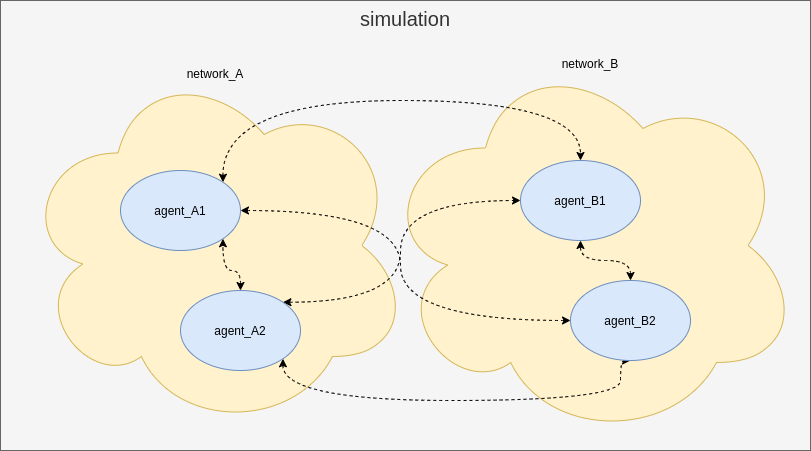
This is .doc/py_light_mas-relation.png from PouceHeure/py_light_mas, a draw.io export, as it was before one commit. Source tidied: cells renumbered, new cells last; positions are measured from the earlier drawing's top-left corner, leaving out a move shared by most shapes.
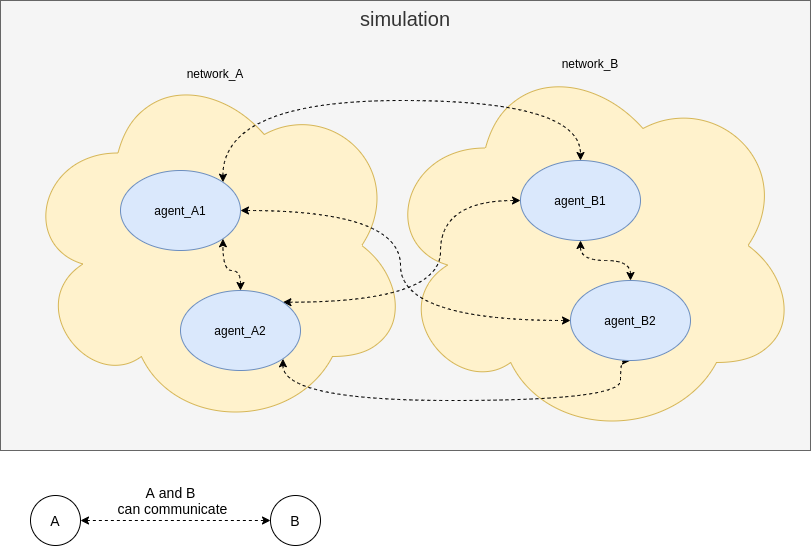
The same file after the commit.

The edit, as a diff of the source:
```diff
@@ -36,8 +36,8 @@
     <mxCell id="9" style="edgeStyle=orthogonalEdgeStyle;curved=1;rounded=0;jettySize=auto;html=1;exitX=1;exitY=0;exitDx=0;exitDy=0;entryX=0;entryY=0.5;entryDx=0;entryDy=0;fontColor=#FFD966;startArrow=classic;startFill=1;dashed=1;" parent="1" edge="1" source="10" target="11">
       <mxGeometry relative="1" as="geometry">
         <Array as="points">
-          <mxPoint x="400" y="302" />
-          <mxPoint x="400" y="200" />
+          <mxPoint x="440" y="302" />
+          <mxPoint x="440" y="200" />
         </Array>
       </mxGeometry>
     </mxCell>
@@ -61,5 +61,20 @@
     <mxCell id="14" value="agent_B2" style="ellipse;whiteSpace=wrap;html=1;fillColor=#dae8fc;strokeColor=#6c8ebf;" parent="1" vertex="1">
       <mxGeometry x="570" y="280" width="120" height="80" as="geometry" />
     </mxCell>
+    <mxCell id="15" style="endArrow=classic;startArrow=classic;html=1;strokeWidth=1;fillColor=#ffffff;fontSize=14;dashed=1;" parent="1" edge="1">
+      <mxGeometry relative="1" as="geometry">
+        <mxPoint x="80" y="520" as="sourcePoint" />
+        <mxPoint x="270" y="520" as="targetPoint" />
+      </mxGeometry>
+    </mxCell>
+    <mxCell id="16" value="A and B&lt;br&gt;&amp;nbsp;can communicate" style="text;html=1;align=center;verticalAlign=middle;fontSize=14;" parent="1" vertex="1">
+      <mxGeometry x="105" y="480" width="130" height="40" as="geometry" />
+    </mxCell>
+    <mxCell id="17" value="A" style="ellipse;whiteSpace=wrap;html=1;fontSize=14;" parent="1" vertex="1">
+      <mxGeometry x="30" y="495" width="50" height="50" as="geometry" />
+    </mxCell>
+    <mxCell id="18" value="B" style="ellipse;whiteSpace=wrap;html=1;fontSize=14;" parent="1" vertex="1">
+      <mxGeometry x="270" y="495" width="50" height="50" as="geometry" />
+    </mxCell>
   </root>
 </mxGraphModel>
```
